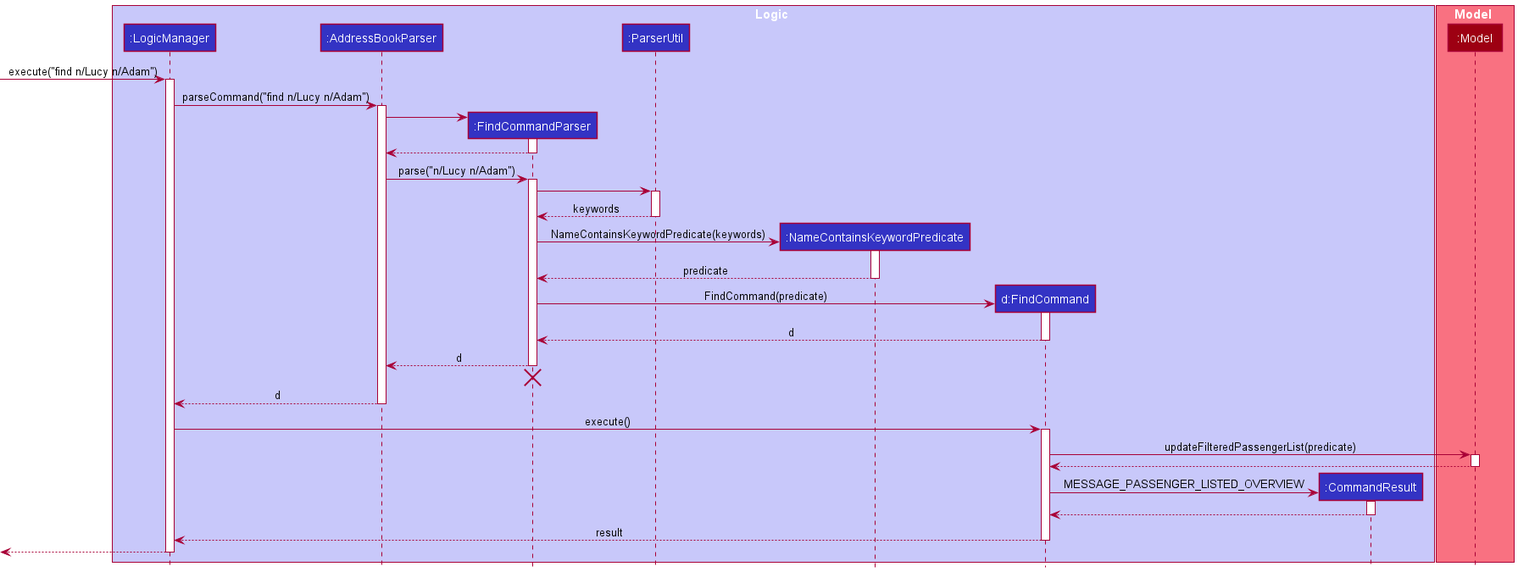
Earlier version of the PlantUML export docs/images/FindSequenceDiagram.png (nus-cs2103-AY2021S2/tp).
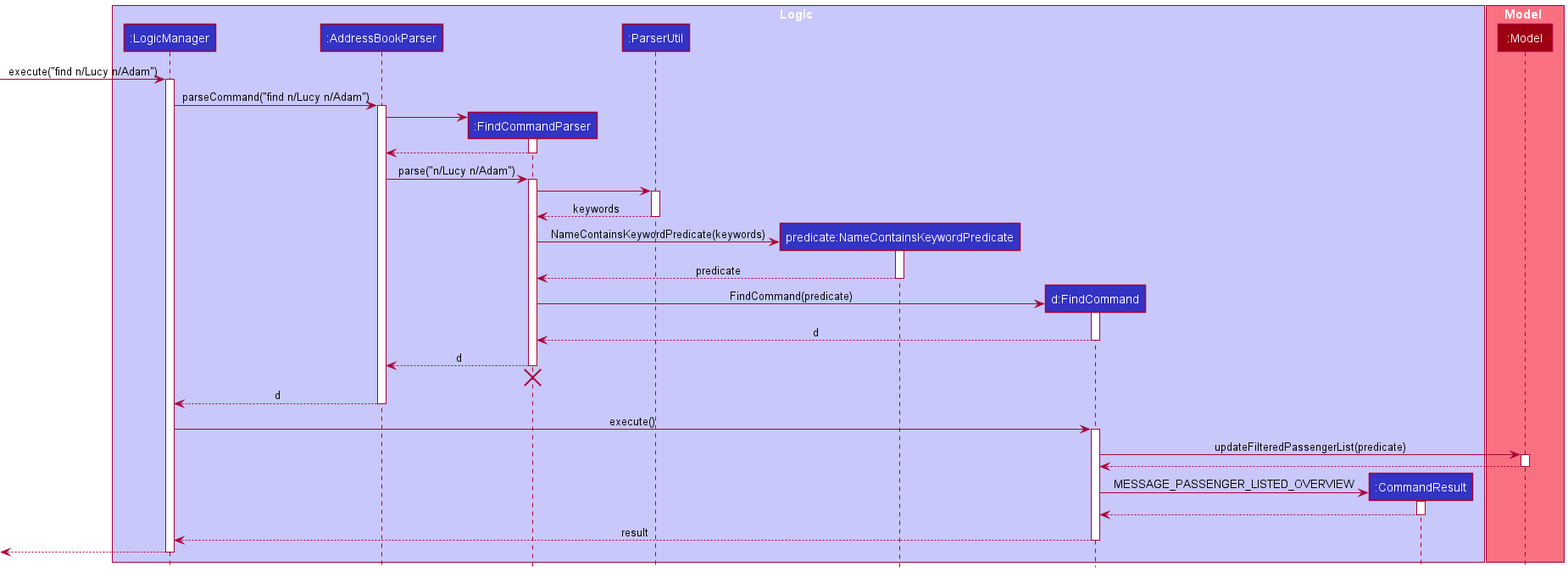
After the change.

Commit message:
Add object name for predicate

Diff of the diagram source:
```diff
@@ -6,7 +6,7 @@
 participant ":AddressBookParser" as AddressBookParser LOGIC_COLOR
 participant ":FindCommandParser" as FindCommandParser LOGIC_COLOR
 participant ":ParserUtil" as ParserUtil LOGIC_COLOR
-participant ":NameContainsKeywordPredicate" as NameContainsKeywordPredicate LOGIC_COLOR
+participant "predicate:NameContainsKeywordPredicate" as NameContainsKeywordPredicate LOGIC_COLOR
 participant "d:FindCommand" as FindCommand LOGIC_COLOR
 participant ":CommandResult" as CommandResult LOGIC_COLOR
 end box
```
